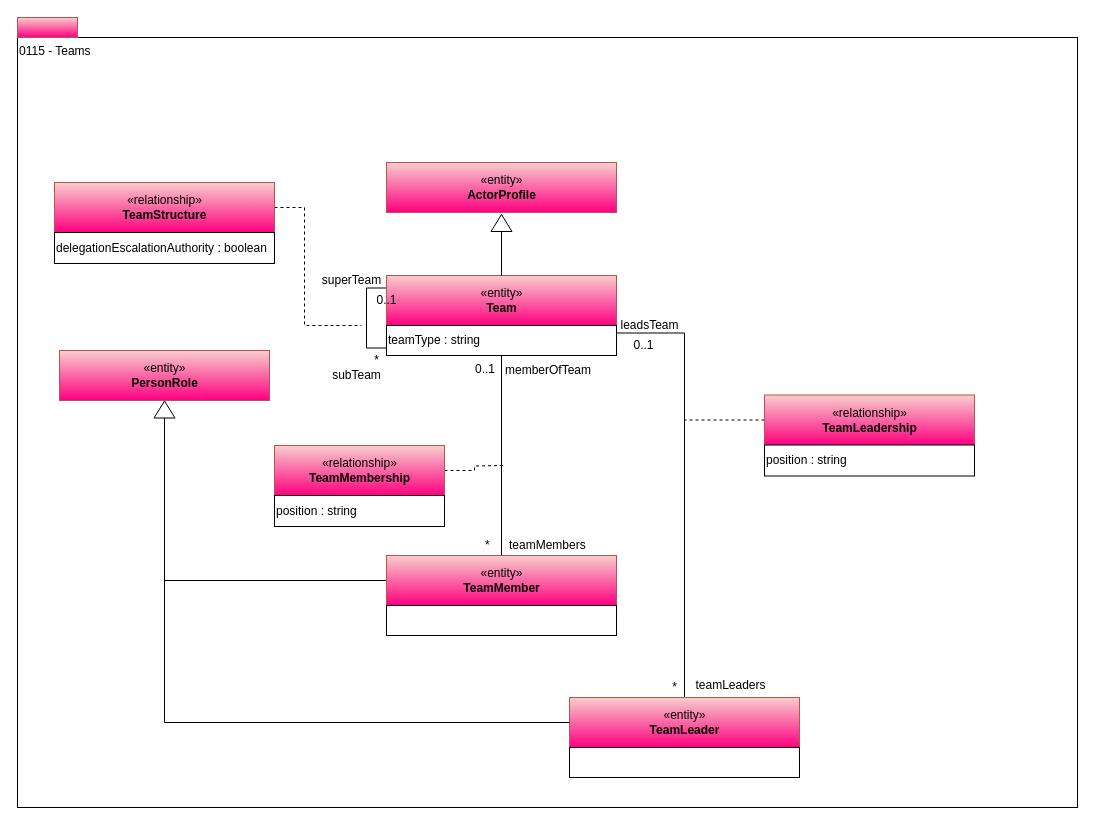
Earlier version of the draw.io diagram page "0115-Teams" (4 of 12) of site/docs/types/1/area-1-collaboration.drawio (odpi/egeria-docs). Source tidied: cells renumbered, new cells numbered last; positions are measured from the earlier drawing's top-left corner, leaving out a move shared by most shapes. Both pictures are drawn from the tidied source at 100%, with x=0, y=0 at pixel (17, 17).
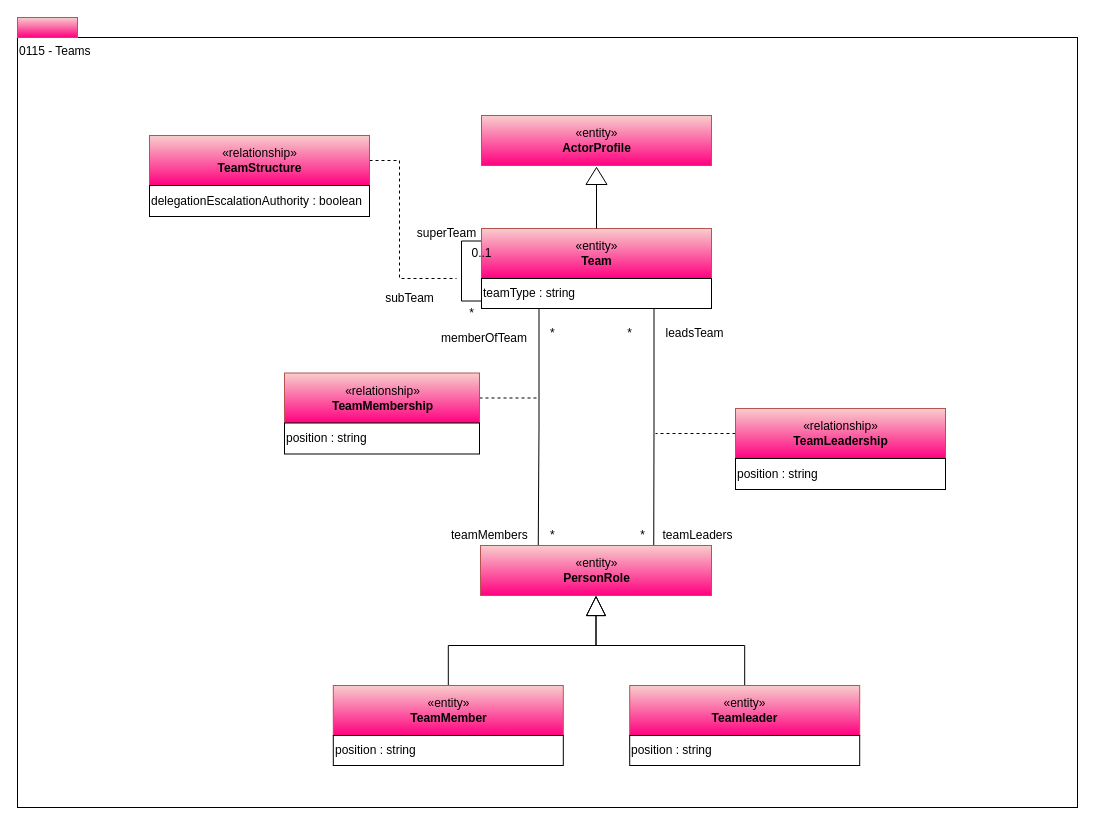
The same page after the edit.

Diff of the diagram source:
```diff
@@
     <mxCell id="4" value="«entity»&lt;br&gt;&lt;b&gt;Team&lt;/b&gt;" style="html=1;strokeColor=#b85450;align=center;fillColor=#f8cecc;gradientColor=#FF0080;" parent="1" vertex="1">
-      <mxGeometry x="369" y="258" width="230" height="50" as="geometry" />
+      <mxGeometry x="464" y="211" width="230" height="50" as="geometry" />
     </mxCell>
@@
-    <mxCell id="6" style="edgeStyle=orthogonalEdgeStyle;rounded=0;html=1;exitX=1;exitY=0.25;endArrow=none;endFill=0;jettySize=auto;" parent="1" edge="1" source="8" target="11">
+    <mxCell id="6" style="edgeStyle=orthogonalEdgeStyle;rounded=0;html=1;exitX=0.75;exitY=1;endArrow=none;endFill=0;jettySize=auto;entryX=0.75;entryY=0;entryDx=0;entryDy=0;exitDx=0;exitDy=0;" parent="1" edge="1" source="8" target="31">
       <mxGeometry relative="1" as="geometry" />
     </mxCell>
-    <mxCell id="7" style="edgeStyle=orthogonalEdgeStyle;rounded=0;html=1;exitX=0.5;exitY=1;entryX=0.5;entryY=0;endArrow=none;endFill=0;jettySize=auto;" parent="1" edge="1" source="8" target="32">
+    <mxCell id="7" style="edgeStyle=orthogonalEdgeStyle;rounded=0;html=1;exitX=0.25;exitY=1;entryX=0.25;entryY=0;endArrow=none;endFill=0;jettySize=auto;entryDx=0;entryDy=0;exitDx=0;exitDy=0;" parent="1" edge="1" source="8" target="31">
       <mxGeometry relative="1" as="geometry" />
     </mxCell>
     <mxCell id="8" value="teamType : string&lt;br&gt;" style="rounded=0;whiteSpace=wrap;html=1;align=left;" parent="1" vertex="1">
-      <mxGeometry x="369" y="308" width="230" height="30" as="geometry" />
+      <mxGeometry x="464" y="261" width="230" height="30" as="geometry" />
     </mxCell>
@@
     <mxCell id="10" style="triangle;whiteSpace=wrap;html=1;strokeColor=#000000;gradientColor=#ffffff;align=center;rotation=-90;" parent="1" vertex="1">
-      <mxGeometry x="475.5" y="195" width="17" height="21" as="geometry" />
+      <mxGeometry x="570.5" y="148" width="17" height="21" as="geometry" />
     </mxCell>
-    <mxCell id="11" value="«entity»&lt;br&gt;&lt;b&gt;TeamLeader&lt;/b&gt;" style="html=1;strokeColor=#b85450;align=center;fillColor=#f8cecc;gradientColor=#FF0080;" parent="1" vertex="1">
-      <mxGeometry x="552" y="680" width="230" height="50" as="geometry" />
-    </mxCell>
-    <mxCell id="12" style="rounded=0;whiteSpace=wrap;html=1;align=left;" parent="1" vertex="1">
-      <mxGeometry x="552" y="730" width="230" height="30" as="geometry" />
-    </mxCell>
     <mxCell id="13" style="edgeStyle=orthogonalEdgeStyle;rounded=0;html=1;exitX=0;exitY=0.5;endArrow=none;endFill=0;jettySize=auto;dashed=1;" parent="1" edge="1" source="14">
       <mxGeometry relative="1" as="geometry">
-        <mxPoint x="667" y="402.5" as="targetPoint" />
+        <mxPoint x="638" y="416" as="targetPoint" />
       </mxGeometry>
     </mxCell>
     <mxCell id="14" value="«relationship»&lt;br&gt;&lt;b&gt;TeamLeadership&lt;/b&gt;" style="html=1;strokeColor=#b85450;align=center;fillColor=#f8cecc;gradientColor=#FF0080;" parent="1" vertex="1">
-      <mxGeometry x="747" y="377.5" width="210" height="50" as="geometry" />
+      <mxGeometry x="718" y="391" width="210" height="50" as="geometry" />
     </mxCell>
     <mxCell id="15" value="position : string" style="rounded=0;whiteSpace=wrap;html=1;strokeColor=#000000;gradientColor=#ffffff;align=left;" parent="1" vertex="1">
-      <mxGeometry x="747" y="427.5" width="210" height="31" as="geometry" />
+      <mxGeometry x="718" y="441" width="210" height="31" as="geometry" />
     </mxCell>
-    <mxCell id="16" value="0..1" style="text;html=1;align=center;verticalAlign=top;spacingTop=-4;" parent="1" vertex="1">
-      <mxGeometry x="606" y="318" width="40" height="20" as="geometry" />
+    <mxCell id="16" value="*" style="text;html=1;align=center;verticalAlign=top;spacingTop=-4;" parent="1" vertex="1">
+      <mxGeometry x="602" y="306" width="20" height="20" as="geometry" />
     </mxCell>
     <mxCell id="17" value="*" style="text;html=1;align=center;verticalAlign=top;spacingTop=-4;" parent="1" vertex="1">
-      <mxGeometry x="647" y="660" width="20" height="20" as="geometry" />
+      <mxGeometry x="615" y="508" width="20" height="20" as="geometry" />
     </mxCell>
     <mxCell id="18" value="leadsTeam" style="text;html=1;align=center;verticalAlign=top;spacingTop=-4;" parent="1" vertex="1">
-      <mxGeometry x="597" y="298" width="70" height="20" as="geometry" />
+      <mxGeometry x="642" y="306" width="70" height="20" as="geometry" />
     </mxCell>
     <mxCell id="19" value="teamLeaders" style="text;html=1;align=center;verticalAlign=top;spacingTop=-4;" parent="1" vertex="1">
-      <mxGeometry x="668" y="658" width="90" height="20" as="geometry" />
+      <mxGeometry x="635" y="508" width="90" height="20" as="geometry" />
     </mxCell>
     <mxCell id="20" value="«entity»&lt;br&gt;&lt;b&gt;ActorProfile&lt;/b&gt;" style="html=1;strokeColor=#b85450;align=center;fillColor=#f8cecc;gradientColor=#FF0080;" parent="1" vertex="1">
-      <mxGeometry x="369" y="145" width="230" height="50" as="geometry" />
+      <mxGeometry x="464" y="98" width="230" height="50" as="geometry" />
     </mxCell>
     <mxCell id="21" style="edgeStyle=orthogonalEdgeStyle;rounded=0;html=1;endArrow=none;endFill=0;jettySize=auto;dashed=1;" parent="1" edge="1" source="22">
       <mxGeometry relative="1" as="geometry">
-        <mxPoint x="344" y="308" as="targetPoint" />
+        <mxPoint x="439" y="261" as="targetPoint" />
         <Array as="points">
-          <mxPoint x="287" y="190" />
-          <mxPoint x="287" y="308" />
+          <mxPoint x="382" y="143" />
+          <mxPoint x="382" y="261" />
         </Array>
       </mxGeometry>
     </mxCell>
     <mxCell id="22" value="«relationship»&lt;br&gt;&lt;b&gt;TeamStructure&lt;/b&gt;" style="html=1;strokeColor=#b85450;align=center;fillColor=#f8cecc;gradientColor=#FF0080;" parent="1" vertex="1">
-      <mxGeometry x="37" y="165" width="220" height="50" as="geometry" />
+      <mxGeometry x="132" y="118" width="220" height="50" as="geometry" />
     </mxCell>
     <mxCell id="23" value="delegationEscalationAuthority : boolean" style="rounded=0;whiteSpace=wrap;html=1;strokeColor=#000000;gradientColor=#ffffff;align=left;" parent="1" vertex="1">
-      <mxGeometry x="37" y="215" width="220" height="31" as="geometry" />
+      <mxGeometry x="132" y="168" width="220" height="31" as="geometry" />
     </mxCell>
     <mxCell id="24" value="0..1" style="text;html=1;align=center;verticalAlign=top;spacingTop=-4;" parent="1" vertex="1">
-      <mxGeometry x="349" y="273" width="40" height="20" as="geometry" />
+      <mxGeometry x="444" y="226" width="40" height="20" as="geometry" />
     </mxCell>
     <mxCell id="25" value="*" style="text;html=1;align=center;verticalAlign=top;spacingTop=-4;" parent="1" vertex="1">
-      <mxGeometry x="349" y="333" width="20" height="20" as="geometry" />
+      <mxGeometry x="444" y="286" width="20" height="20" as="geometry" />
     </mxCell>
     <mxCell id="26" value="superTeam" style="text;html=1;align=center;verticalAlign=top;spacingTop=-4;" parent="1" vertex="1">
-      <mxGeometry x="299" y="253" width="70" height="20" as="geometry" />
+      <mxGeometry x="394" y="206" width="70" height="20" as="geometry" />
     </mxCell>
     <mxCell id="27" value="subTeam" style="text;html=1;align=center;verticalAlign=top;spacingTop=-4;" parent="1" vertex="1">
-      <mxGeometry x="309" y="348" width="60" height="20" as="geometry" />
+      <mxGeometry x="362" y="271" width="60" height="20" as="geometry" />
     </mxCell>
-    <mxCell id="28" style="edgeStyle=orthogonalEdgeStyle;rounded=0;html=1;exitX=0;exitY=0.5;entryX=0;entryY=0.5;jettySize=auto;endArrow=none;endFill=0;" parent="1" edge="1" source="30" target="11">
-      <mxGeometry relative="1" as="geometry" />
-    </mxCell>
-    <mxCell id="29" style="edgeStyle=orthogonalEdgeStyle;rounded=0;html=1;exitX=0;exitY=0.5;entryX=0;entryY=0.5;endArrow=none;endFill=0;jettySize=auto;" parent="1" edge="1" source="30" target="32">
-      <mxGeometry relative="1" as="geometry" />
-    </mxCell>
-    <mxCell id="30" style="triangle;whiteSpace=wrap;html=1;strokeColor=#000000;gradientColor=#ffffff;align=center;rotation=-90;" parent="1" vertex="1">
-      <mxGeometry x="138.5" y="381.5" width="17" height="21" as="geometry" />
-    </mxCell>
     <mxCell id="31" value="«entity»&lt;br&gt;&lt;b&gt;PersonRole&lt;/b&gt;" style="html=1;strokeColor=#b85450;align=center;fillColor=#f8cecc;gradientColor=#FF0080;" parent="1" vertex="1">
-      <mxGeometry x="42" y="333" width="210" height="50" as="geometry" />
+      <mxGeometry x="463" y="528" width="231" height="50" as="geometry" />
     </mxCell>
-    <mxCell id="32" value="«entity»&lt;br&gt;&lt;b&gt;TeamMember&lt;/b&gt;" style="html=1;strokeColor=#b85450;align=center;fillColor=#f8cecc;gradientColor=#FF0080;" parent="1" vertex="1">
-      <mxGeometry x="369" y="538" width="230" height="50" as="geometry" />
-    </mxCell>
-    <mxCell id="33" style="rounded=0;whiteSpace=wrap;html=1;align=left;" parent="1" vertex="1">
-      <mxGeometry x="369" y="588" width="230" height="30" as="geometry" />
-    </mxCell>
     <mxCell id="34" style="edgeStyle=orthogonalEdgeStyle;rounded=0;html=1;exitX=1;exitY=0.5;dashed=1;endArrow=none;endFill=0;jettySize=auto;" parent="1" edge="1" source="35">
       <mxGeometry relative="1" as="geometry">
-        <mxPoint x="487" y="448" as="targetPoint" />
+        <mxPoint x="522" y="380.5" as="targetPoint" />
       </mxGeometry>
     </mxCell>
     <mxCell id="35" value="«relationship»&lt;br&gt;&lt;b&gt;TeamMembership&lt;/b&gt;" style="html=1;strokeColor=#b85450;align=center;fillColor=#f8cecc;gradientColor=#FF0080;" parent="1" vertex="1">
-      <mxGeometry x="257" y="428" width="170" height="50" as="geometry" />
+      <mxGeometry x="267" y="355.5" width="195" height="50" as="geometry" />
     </mxCell>
     <mxCell id="36" value="position : string" style="rounded=0;whiteSpace=wrap;html=1;strokeColor=#000000;gradientColor=#ffffff;align=left;" parent="1" vertex="1">
-      <mxGeometry x="257" y="478" width="170" height="31" as="geometry" />
+      <mxGeometry x="267" y="405.5" width="195" height="31" as="geometry" />
     </mxCell>
     <mxCell id="37" value="teamMembers" style="text;html=1;align=left;verticalAlign=top;spacingTop=-4;" parent="1" vertex="1">
-      <mxGeometry x="490" y="518" width="90" height="20" as="geometry" />
+      <mxGeometry x="432" y="508" width="90" height="20" as="geometry" />
     </mxCell>
     <mxCell id="38" value="*" style="text;html=1;align=left;verticalAlign=top;spacingTop=-4;" parent="1" vertex="1">
-      <mxGeometry x="465.5" y="518" width="20" height="20" as="geometry" />
+      <mxGeometry x="530.5" y="508" width="20" height="20" as="geometry" />
     </mxCell>
-    <mxCell id="39" value="0..1" style="text;html=1;align=left;verticalAlign=top;spacingTop=-4;" parent="1" vertex="1">
-      <mxGeometry x="455.5" y="342" width="40" height="20" as="geometry" />
+    <mxCell id="39" value="*" style="text;html=1;align=left;verticalAlign=top;spacingTop=-4;" parent="1" vertex="1">
+      <mxGeometry x="530.5" y="306" width="20" height="20" as="geometry" />
     </mxCell>
     <mxCell id="40" value="memberOfTeam" style="text;html=1;align=left;verticalAlign=top;spacingTop=-4;" parent="1" vertex="1">
-      <mxGeometry x="485.5" y="343" width="100" height="20" as="geometry" />
+      <mxGeometry x="422" y="310.5" width="100" height="20" as="geometry" />
     </mxCell>
+    <mxCell id="41" style="edgeStyle=orthogonalEdgeStyle;rounded=0;jettySize=auto;html=1;endArrow=block;endFill=0;strokeWidth=1;endSize=18;" parent="1" edge="1" source="32" target="31">
+      <mxGeometry relative="1" as="geometry" />
+    </mxCell>
+    <mxCell id="32" value="«entity»&lt;br&gt;&lt;b&gt;TeamMember&lt;/b&gt;" style="html=1;strokeColor=#b85450;align=center;fillColor=#f8cecc;gradientColor=#FF0080;" parent="1" vertex="1">
+      <mxGeometry x="315.8" y="668" width="230" height="50" as="geometry" />
+    </mxCell>
+    <mxCell id="42" value="position : string" style="rounded=0;whiteSpace=wrap;html=1;align=left;" parent="1" vertex="1">
+      <mxGeometry x="315.8" y="718" width="230" height="30" as="geometry" />
+    </mxCell>
+    <mxCell id="43" style="edgeStyle=orthogonalEdgeStyle;rounded=0;jettySize=auto;html=1;entryX=0.5;entryY=1;entryDx=0;entryDy=0;endArrow=block;endFill=0;endSize=18;strokeWidth=1;" parent="1" edge="1" source="44" target="31">
+      <mxGeometry relative="1" as="geometry" />
+    </mxCell>
+    <mxCell id="44" value="«entity»&lt;br&gt;&lt;b&gt;Teamleader&lt;/b&gt;" style="html=1;strokeColor=#b85450;align=center;fillColor=#f8cecc;gradientColor=#FF0080;" parent="1" vertex="1">
+      <mxGeometry x="612.2" y="668" width="230" height="50" as="geometry" />
+    </mxCell>
+    <mxCell id="45" value="position : string" style="rounded=0;whiteSpace=wrap;html=1;align=left;" parent="1" vertex="1">
+      <mxGeometry x="612.2" y="718" width="230" height="30" as="geometry" />
+    </mxCell>
```
